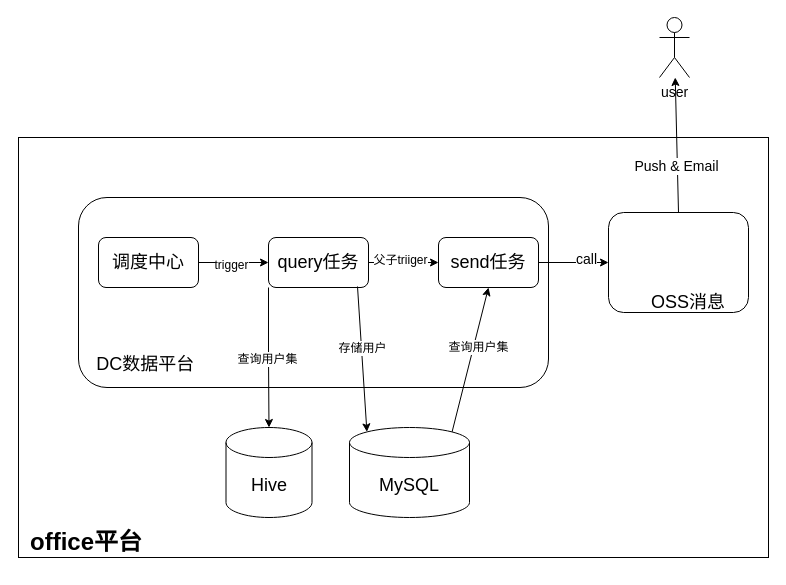
This is page "Page-1" (1 of 2) of quotes-alerts.drawio from Hia-Hia/A-note, a draw.io file, before an edit. Source tidied: cells renumbered, new cells numbered last; positions are measured from the earlier drawing's top-left corner, leaving out a move shared by most shapes. Both pictures are drawn from the tidied source at 100%, with x=0, y=0 at pixel (18, 17).
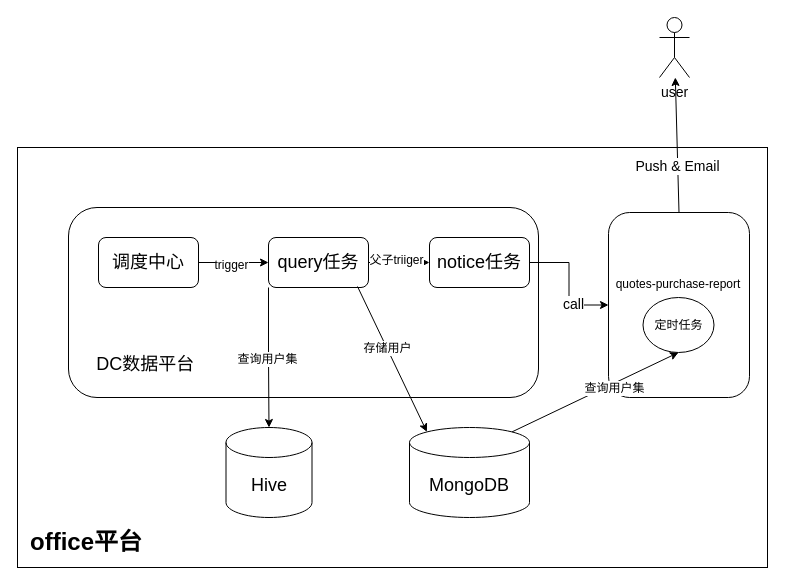
After the change.

Diff of the diagram source:
```diff
@@
     <mxCell id="2" style="rounded=0;whiteSpace=wrap;html=1;" parent="1" vertex="1">
-      <mxGeometry y="120" width="750" height="420" as="geometry" />
+      <mxGeometry x="-1" y="130" width="750" height="420" as="geometry" />
     </mxCell>
     <mxCell id="3" style="rounded=1;whiteSpace=wrap;html=1;" parent="1" vertex="1">
-      <mxGeometry x="60" y="180" width="470" height="190" as="geometry" />
+      <mxGeometry x="50" y="190" width="470" height="190" as="geometry" />
     </mxCell>
     <mxCell id="4" style="rounded=1;whiteSpace=wrap;html=1;" parent="1" vertex="1">
-      <mxGeometry x="590" y="195" width="140" height="100" as="geometry" />
+      <mxGeometry x="590" y="195" width="141" height="185" as="geometry" />
     </mxCell>
@@
-    <mxCell id="7" value="OSS消息" style="text;html=1;strokeColor=none;fillColor=none;align=center;verticalAlign=middle;whiteSpace=wrap;rounded=0;fontFamily=Helvetica;fontSize=18;" parent="1" vertex="1">
-      <mxGeometry x="600" y="270" width="140" height="30" as="geometry" />
+    <mxCell id="7" value="&lt;font style=&quot;font-size: 12px;&quot;&gt;quotes-purchase-report&lt;/font&gt;" style="text;html=1;strokeColor=none;fillColor=none;align=center;verticalAlign=middle;whiteSpace=wrap;rounded=0;fontFamily=Helvetica;fontSize=18;" parent="1" vertex="1">
+      <mxGeometry x="590" y="250" width="140" height="30" as="geometry" />
     </mxCell>
@@
-    <mxCell id="17" value="MySQL" style="shape=cylinder3;whiteSpace=wrap;html=1;boundedLbl=1;backgroundOutline=1;size=15;fontFamily=Helvetica;fontSize=18;" parent="1" vertex="1">
-      <mxGeometry x="331" y="410" width="120" height="90" as="geometry" />
+    <mxCell id="17" value="MongoDB" style="shape=cylinder3;whiteSpace=wrap;html=1;boundedLbl=1;backgroundOutline=1;size=15;fontFamily=Helvetica;fontSize=18;" parent="1" vertex="1">
+      <mxGeometry x="391" y="410" width="120" height="90" as="geometry" />
     </mxCell>
@@
-    <mxCell id="22" value="send任务" style="rounded=1;whiteSpace=wrap;html=1;fontFamily=Helvetica;fontSize=18;" parent="1" vertex="1">
-      <mxGeometry x="420" y="220" width="100" height="50" as="geometry" />
+    <mxCell id="22" value="notice任务" style="rounded=1;whiteSpace=wrap;html=1;fontFamily=Helvetica;fontSize=18;" parent="1" vertex="1">
+      <mxGeometry x="411" y="220" width="100" height="50" as="geometry" />
     </mxCell>
-    <mxCell id="23" style="endArrow=classic;html=1;rounded=0;fontFamily=Helvetica;fontSize=12;entryX=0.5;entryY=1;entryDx=0;entryDy=0;exitX=0.855;exitY=0;exitDx=0;exitDy=4.35;exitPerimeter=0;" parent="1" edge="1" source="17" target="22">
+    <mxCell id="23" style="endArrow=classic;html=1;rounded=0;fontFamily=Helvetica;fontSize=12;exitX=0.855;exitY=0;exitDx=0;exitDy=4.35;exitPerimeter=0;entryX=0.5;entryY=1;entryDx=0;entryDy=0;" parent="1" edge="1" source="17" target="28">
       <mxGeometry relative="1" as="geometry" />
     </mxCell>
@@
+    <mxCell id="28" value="定时任务" style="ellipse;whiteSpace=wrap;html=1;fontSize=12;" parent="1" vertex="1">
+      <mxGeometry x="624.5" y="280" width="71" height="55" as="geometry" />
+    </mxCell>
```
